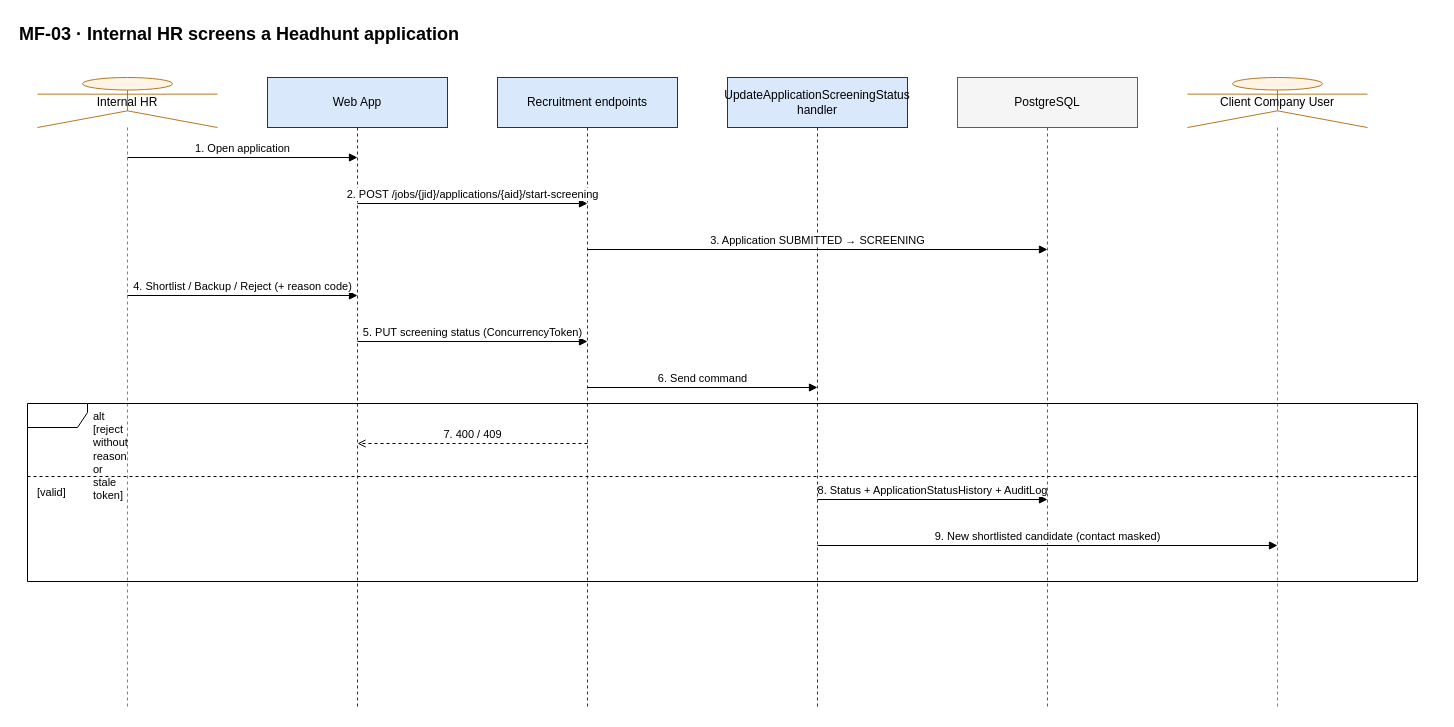
Earlier version of the draw.io diagram docs/diagrams/sequences/source/seq-mf03-hr-screening.drawio (hoangqui794/hr-connect). Source tidied: cells renumbered, new cells numbered last; positions are measured from the earlier drawing's top-left corner, leaving out a move shared by most shapes. Both pictures are drawn from the tidied source at 100%, with x=0, y=0 at pixel (17, 17).
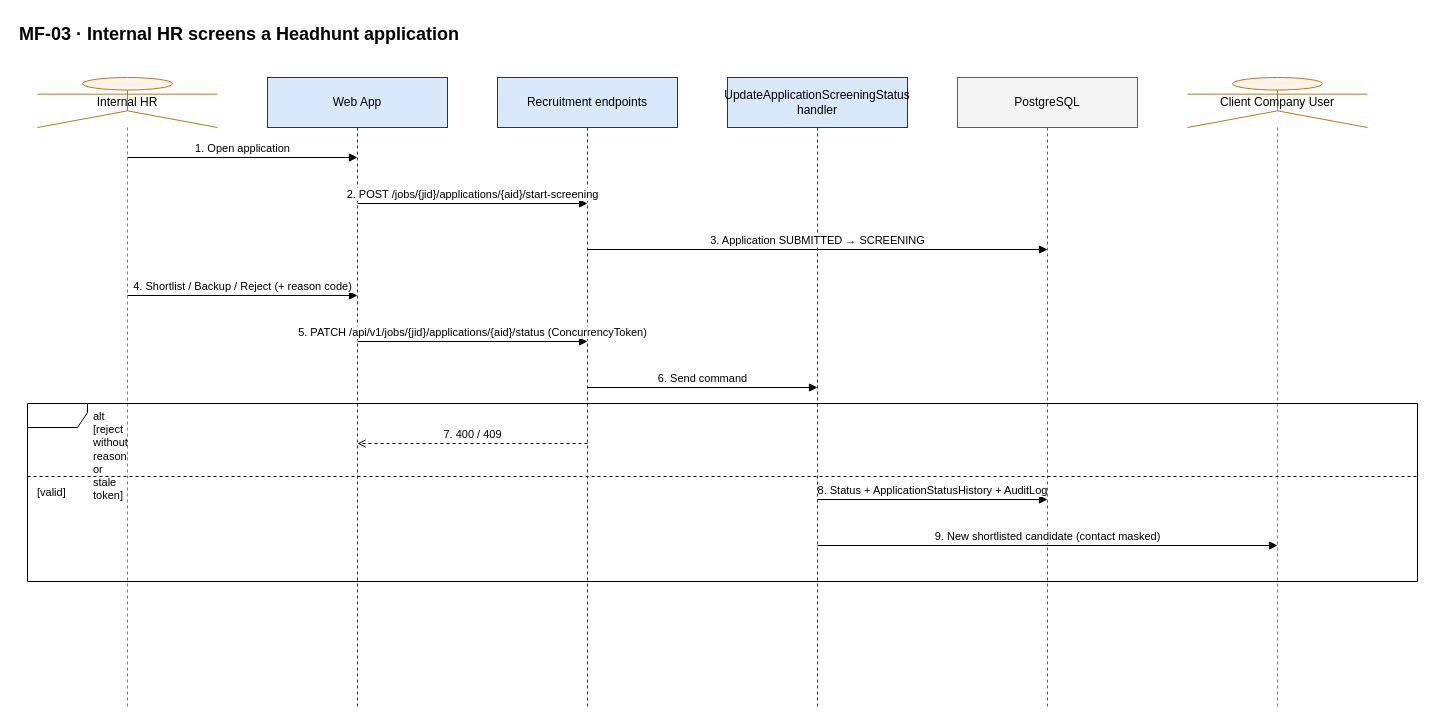
The same diagram, later.

What changed in the source:
```diff
@@
-    <mxCell id="13" value="5. PUT screening status (ConcurrencyToken)" style="html=1;verticalAlign=bottom;endArrow=block;endFill=1;fontSize=11;labelBackgroundColor=#FFFFFF;" parent="1" edge="1">
+    <mxCell id="13" value="5. PATCH /api/v1/jobs/{jid}/applications/{aid}/status (ConcurrencyToken)" style="html=1;verticalAlign=bottom;endArrow=block;endFill=1;fontSize=11;labelBackgroundColor=#FFFFFF;" parent="1" edge="1">
       <mxGeometry relative="1" as="geometry">
         <mxPoint x="340" y="324" as="sourcePoint" />
         <mxPoint x="570" y="324" as="targetPoint" />
       </mxGeometry>
     </mxCell>
```
